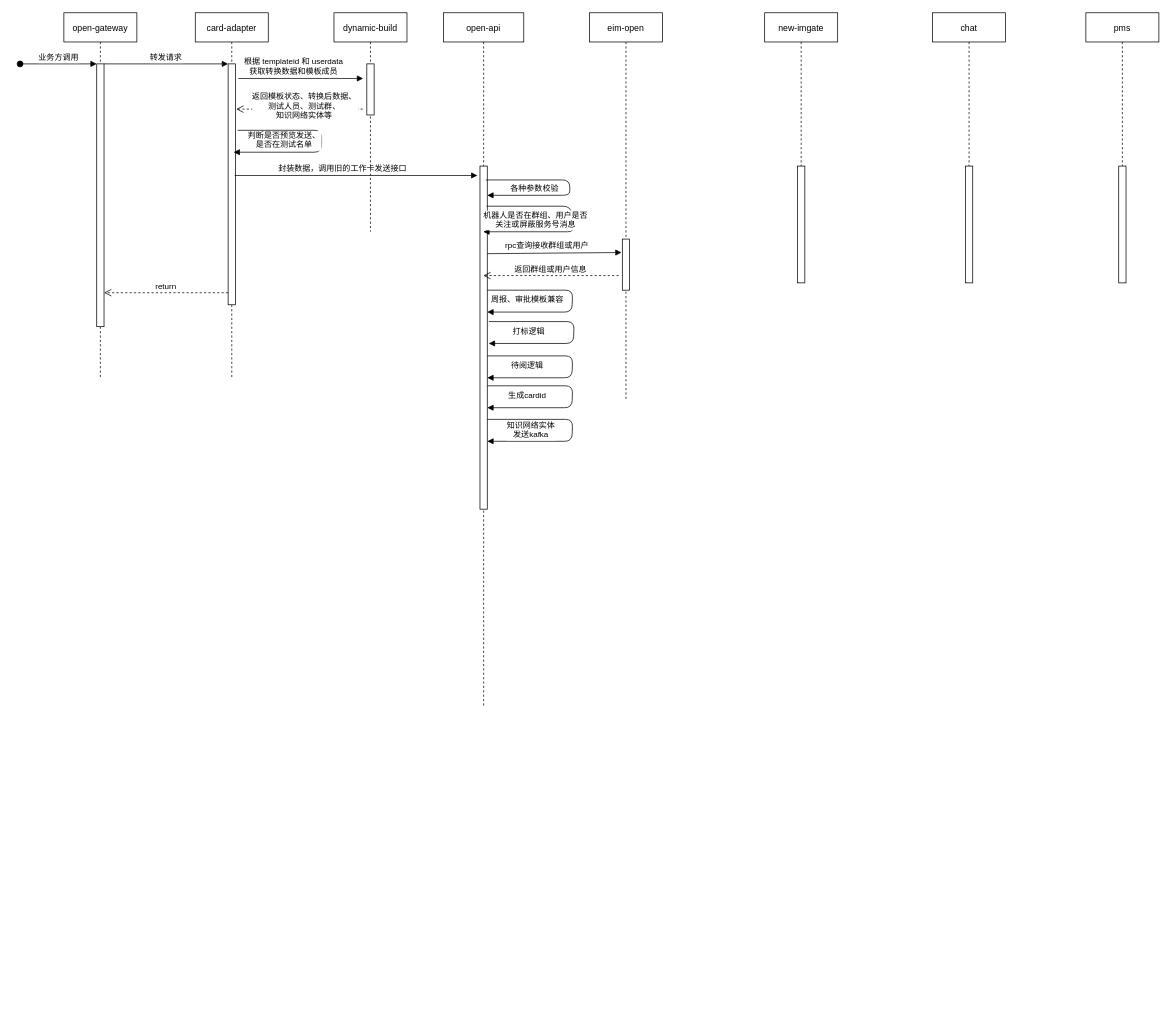
This is 未命名绘图.drawio from leaderyangzi/12306, a draw.io file, before an edit. Source tidied: cells renumbered, new cells numbered last; positions are measured from the earlier drawing's top-left corner, leaving out a move shared by most shapes. Both pictures are drawn from the tidied source at 73%, with x=0, y=0 at pixel (20, 12).
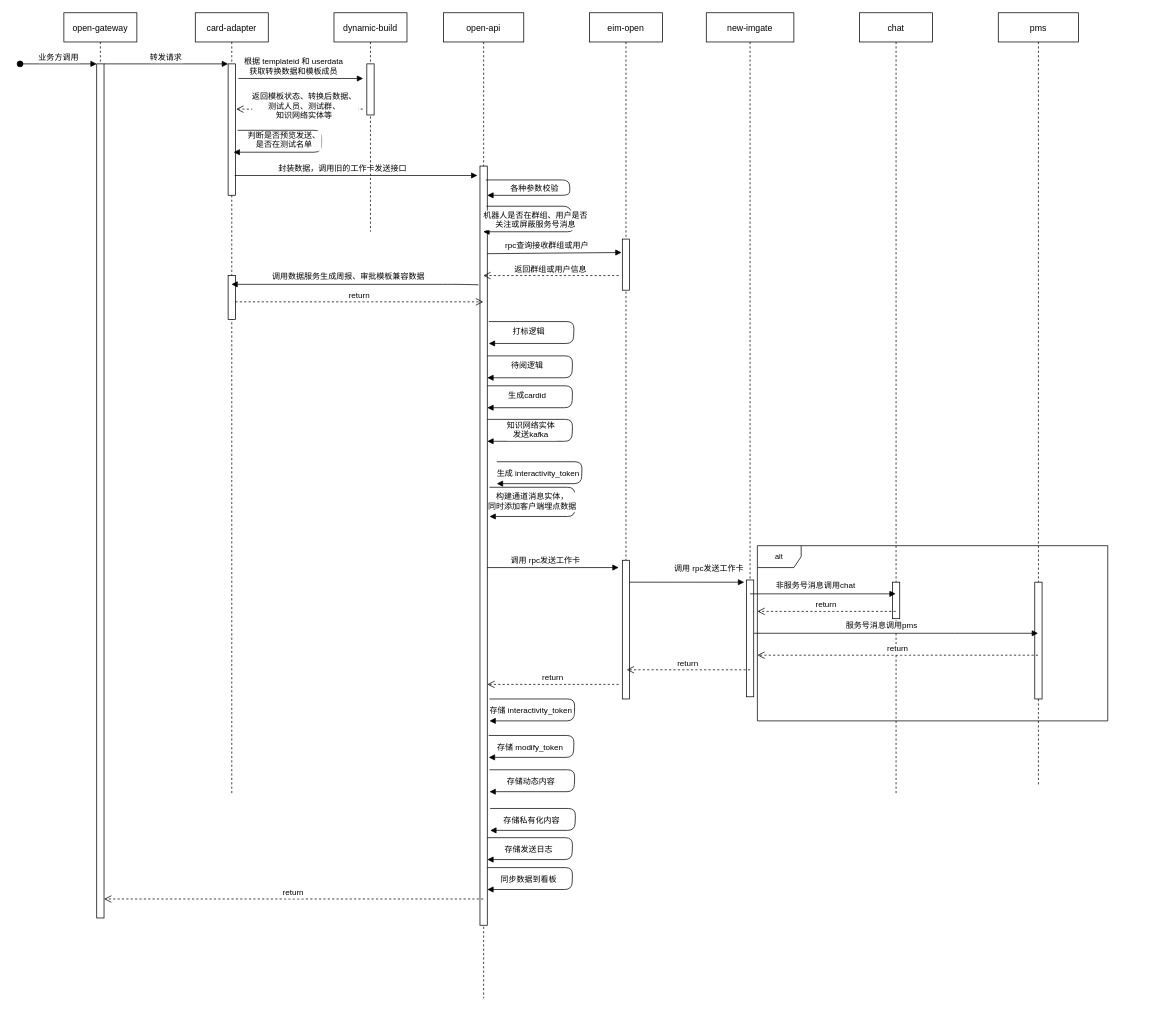
The same page after the edit.

Commit message:
更新未命名绘图.drawio

The edit, as a diff of the source:
```diff
@@
     <mxCell id="2" value="open-gateway" style="shape=umlLifeline;perimeter=lifelinePerimeter;rounded=0;shadow=0;strokeWidth=1;" parent="1" vertex="1">
-      <mxGeometry x="60" width="100" height="500" as="geometry" />
+      <mxGeometry x="60" width="100" height="1240" as="geometry" />
     </mxCell>
     <mxCell id="3" style="points=[];perimeter=orthogonalPerimeter;rounded=0;shadow=0;strokeWidth=1;" parent="2" vertex="1">
-      <mxGeometry x="45" y="70" width="10" height="360" as="geometry" />
+      <mxGeometry x="45" y="70" width="10" height="1170" as="geometry" />
     </mxCell>
@@
     <mxCell id="5" value="card-adapter" style="shape=umlLifeline;perimeter=lifelinePerimeter;rounded=0;shadow=0;strokeWidth=1;" parent="1" vertex="1">
-      <mxGeometry x="240" width="100" height="500" as="geometry" />
+      <mxGeometry x="240" width="100" height="1070" as="geometry" />
     </mxCell>
     <mxCell id="6" style="points=[];perimeter=orthogonalPerimeter;rounded=0;shadow=0;strokeWidth=1;" parent="5" vertex="1">
-      <mxGeometry x="45" y="70" width="10" height="330" as="geometry" />
+      <mxGeometry x="45" y="70" width="10" height="180" as="geometry" />
     </mxCell>
-    <mxCell id="7" value="return" style="verticalAlign=bottom;endArrow=open;dashed=1;endSize=8;exitX=0;exitY=0.95;shadow=0;strokeWidth=1;" parent="1" edge="1" source="6" target="3">
-      <mxGeometry relative="1" as="geometry" />
-    </mxCell>
+    <mxCell id="34" style="points=[];perimeter=orthogonalPerimeter;rounded=0;shadow=0;strokeWidth=1;" parent="5" vertex="1">
+      <mxGeometry x="45" y="360" width="10" height="60" as="geometry" />
+    </mxCell>
@@
     <mxCell id="14" value="open-api" style="shape=umlLifeline;perimeter=lifelinePerimeter;rounded=0;shadow=0;strokeWidth=1;" parent="1" vertex="1">
-      <mxGeometry x="580" width="110" height="950" as="geometry" />
+      <mxGeometry x="580" width="110" height="1350" as="geometry" />
     </mxCell>
     <mxCell id="15" style="perimeter=orthogonalPerimeter;rounded=0;shadow=0;strokeWidth=1;" parent="14" vertex="1">
-      <mxGeometry x="50" y="210" width="10" height="470" as="geometry" />
+      <mxGeometry x="50" y="210" width="10" height="1040" as="geometry" />
     </mxCell>
@@
-    <mxCell id="17" value="周报、审批模板兼容" style="verticalAlign=bottom;endArrow=block;shadow=0;strokeWidth=1;" parent="14" edge="1">
-      <mxGeometry x="0.58" y="-8" relative="1" as="geometry">
-        <mxPoint x="60" y="380" as="sourcePoint" />
-        <mxPoint x="60" y="410" as="targetPoint" />
-        <Array as="points">
-          <mxPoint x="177" y="380" />
-          <mxPoint x="176" y="410" />
-        </Array>
-      </mxGeometry>
-    </mxCell>
@@
     <mxCell id="19" value="eim-open" style="shape=umlLifeline;perimeter=lifelinePerimeter;rounded=0;shadow=0;strokeWidth=1;" parent="1" vertex="1">
-      <mxGeometry x="780" width="100" height="530" as="geometry" />
+      <mxGeometry x="780" width="100" height="940" as="geometry" />
     </mxCell>
@@
+    <mxCell id="35" style="perimeter=orthogonalPerimeter;rounded=0;shadow=0;strokeWidth=1;" parent="19" vertex="1">
+      <mxGeometry x="45" y="750" width="10" height="190" as="geometry" />
+    </mxCell>
     <mxCell id="21" value="new-imgate" style="shape=umlLifeline;perimeter=lifelinePerimeter;rounded=0;shadow=0;strokeWidth=1;" parent="1" vertex="1">
-      <mxGeometry x="1020" width="100" height="300" as="geometry" />
+      <mxGeometry x="940" width="120" height="910" as="geometry" />
     </mxCell>
     <mxCell id="22" style="points=[];perimeter=orthogonalPerimeter;rounded=0;shadow=0;strokeWidth=1;" parent="21" vertex="1">
-      <mxGeometry x="45" y="210" width="10" height="160" as="geometry" />
+      <mxGeometry x="55" y="777" width="10" height="160" as="geometry" />
     </mxCell>
+    <mxCell id="36" value="调用 rpc发送工作卡" style="verticalAlign=bottom;endArrow=block;shadow=0;strokeWidth=1;exitX=1.1;exitY=0.546;exitDx=0;exitDy=0;exitPerimeter=0;entryX=-0.3;entryY=0.019;entryDx=0;entryDy=0;entryPerimeter=0;" parent="21" edge="1" target="22">
+      <mxGeometry x="0.39" y="10" relative="1" as="geometry">
+        <mxPoint x="-105" y="780" as="sourcePoint" />
+      </mxGeometry>
+    </mxCell>
     <mxCell id="23" value="chat" style="shape=umlLifeline;perimeter=lifelinePerimeter;rounded=0;shadow=0;strokeWidth=1;" parent="1" vertex="1">
-      <mxGeometry x="1250" width="100" height="300" as="geometry" />
+      <mxGeometry x="1150" width="100" height="1070" as="geometry" />
     </mxCell>
     <mxCell id="24" style="perimeter=orthogonalPerimeter;rounded=0;shadow=0;strokeWidth=1;" parent="23" vertex="1">
-      <mxGeometry x="45" y="210" width="10" height="160" as="geometry" />
+      <mxGeometry x="45" y="780" width="10" height="50" as="geometry" />
     </mxCell>
     <mxCell id="25" value="pms" style="shape=umlLifeline;perimeter=lifelinePerimeter;rounded=0;shadow=0;strokeWidth=1;" parent="1" vertex="1">
-      <mxGeometry x="1460" width="100" height="300" as="geometry" />
+      <mxGeometry x="1340" width="110" height="1060" as="geometry" />
     </mxCell>
     <mxCell id="26" style="perimeter=orthogonalPerimeter;rounded=0;shadow=0;strokeWidth=1;" parent="25" vertex="1">
-      <mxGeometry x="45" y="210" width="10" height="160" as="geometry" />
+      <mxGeometry x="50" y="780" width="10" height="160" as="geometry" />
     </mxCell>
@@
+    <mxCell id="37" value="存储 interactivity_token" style="verticalAlign=bottom;endArrow=block;shadow=0;strokeWidth=1;" parent="1" edge="1">
+      <mxGeometry x="0.57" y="-5" relative="1" as="geometry">
+        <mxPoint x="643" y="940" as="sourcePoint" />
+        <mxPoint x="643" y="970" as="targetPoint" />
+        <Array as="points">
+          <mxPoint x="760" y="940" />
+          <mxPoint x="759" y="970" />
+        </Array>
+      </mxGeometry>
+    </mxCell>
+    <mxCell id="38" value="构建通道消息实体，&#10;同时添加客户端埋点数据" style="verticalAlign=bottom;endArrow=block;shadow=0;strokeWidth=1;" parent="1" edge="1">
+      <mxGeometry x="0.57" y="-5" relative="1" as="geometry">
+        <mxPoint x="643" y="650" as="sourcePoint" />
+        <mxPoint x="643" y="690" as="targetPoint" />
+        <Array as="points">
+          <mxPoint x="760" y="650" />
+          <mxPoint x="760" y="690" />
+        </Array>
+      </mxGeometry>
+    </mxCell>
+    <mxCell id="39" value="调用 rpc发送工作卡" style="verticalAlign=bottom;endArrow=block;shadow=0;strokeWidth=1;exitX=1.1;exitY=0.546;exitDx=0;exitDy=0;exitPerimeter=0;" parent="1" edge="1">
+      <mxGeometry x="-0.11" y="1" relative="1" as="geometry">
+        <mxPoint x="640" y="760" as="sourcePoint" />
+        <mxPoint x="820" y="760" as="targetPoint" />
+      </mxGeometry>
+    </mxCell>
+    <mxCell id="40" value="alt" style="shape=umlFrame;whiteSpace=wrap;html=1;fontSize=10;" parent="1" vertex="1">
+      <mxGeometry x="1010" y="730" width="480" height="240" as="geometry" />
+    </mxCell>
+    <mxCell id="41" value="非服务号消息调用chat" style="verticalAlign=bottom;endArrow=block;shadow=0;strokeWidth=1;exitX=1.1;exitY=0.546;exitDx=0;exitDy=0;exitPerimeter=0;" parent="1" edge="1">
+      <mxGeometry x="-0.1" y="2" relative="1" as="geometry">
+        <mxPoint x="1000" y="796" as="sourcePoint" />
+        <mxPoint x="1199.5" y="796" as="targetPoint" />
+      </mxGeometry>
+    </mxCell>
+    <mxCell id="42" value="return" style="verticalAlign=bottom;endArrow=open;dashed=1;endSize=8;shadow=0;strokeWidth=1;" parent="1" edge="1" source="23">
+      <mxGeometry relative="1" as="geometry">
+        <mxPoint x="1010" y="820" as="targetPoint" />
+      </mxGeometry>
+    </mxCell>
+    <mxCell id="43" value="服务号消息调用pms" style="verticalAlign=bottom;endArrow=block;shadow=0;strokeWidth=1;exitX=1.1;exitY=0.546;exitDx=0;exitDy=0;exitPerimeter=0;" parent="1" edge="1" target="25">
+      <mxGeometry x="-0.1" y="2" relative="1" as="geometry">
+        <mxPoint x="1005.5" y="850" as="sourcePoint" />
+        <Array as="points">
+          <mxPoint x="1290" y="850" />
+        </Array>
+      </mxGeometry>
+    </mxCell>
+    <mxCell id="44" value="return" style="verticalAlign=bottom;endArrow=open;dashed=1;endSize=8;shadow=0;strokeWidth=1;" parent="1" edge="1" source="25">
+      <mxGeometry relative="1" as="geometry">
+        <mxPoint x="1010" y="880" as="targetPoint" />
+      </mxGeometry>
+    </mxCell>
+    <mxCell id="45" value="return" style="verticalAlign=bottom;endArrow=open;dashed=1;endSize=8;shadow=0;strokeWidth=1;exitX=0.5;exitY=0.769;exitDx=0;exitDy=0;exitPerimeter=0;" parent="1" edge="1" source="22">
+      <mxGeometry relative="1" as="geometry">
+        <mxPoint x="831" y="900" as="targetPoint" />
+      </mxGeometry>
+    </mxCell>
+    <mxCell id="46" value="return" style="verticalAlign=bottom;endArrow=open;dashed=1;endSize=8;shadow=0;strokeWidth=1;" parent="1" edge="1">
+      <mxGeometry relative="1" as="geometry">
+        <mxPoint x="820" y="920" as="sourcePoint" />
+        <mxPoint x="640" y="920" as="targetPoint" />
+      </mxGeometry>
+    </mxCell>
+    <mxCell id="47" value="生成 interactivity_token" style="verticalAlign=bottom;endArrow=block;shadow=0;strokeWidth=1;" parent="1" edge="1">
+      <mxGeometry x="0.57" y="-5" relative="1" as="geometry">
+        <mxPoint x="653" y="615" as="sourcePoint" />
+        <mxPoint x="653" y="645" as="targetPoint" />
+        <Array as="points">
+          <mxPoint x="770" y="615" />
+          <mxPoint x="769" y="645" />
+        </Array>
+      </mxGeometry>
+    </mxCell>
+    <mxCell id="48" value="存储动态内容" style="verticalAlign=bottom;endArrow=block;shadow=0;strokeWidth=1;" parent="1" edge="1">
+      <mxGeometry x="0.57" y="-5" relative="1" as="geometry">
+        <mxPoint x="643" y="1037" as="sourcePoint" />
+        <mxPoint x="643" y="1067" as="targetPoint" />
+        <Array as="points">
+          <mxPoint x="760" y="1037" />
+          <mxPoint x="759" y="1067" />
+        </Array>
+      </mxGeometry>
+    </mxCell>
+    <mxCell id="49" value="存储 modify_token" style="verticalAlign=bottom;endArrow=block;shadow=0;strokeWidth=1;" parent="1" edge="1">
+      <mxGeometry x="0.57" y="-5" relative="1" as="geometry">
+        <mxPoint x="642" y="990" as="sourcePoint" />
+        <mxPoint x="642" y="1020" as="targetPoint" />
+        <Array as="points">
+          <mxPoint x="759" y="990" />
+          <mxPoint x="758" y="1020" />
+        </Array>
+      </mxGeometry>
+    </mxCell>
+    <mxCell id="50" value="存储发送日志" style="verticalAlign=bottom;endArrow=block;shadow=0;strokeWidth=1;" parent="1" edge="1">
+      <mxGeometry x="0.57" y="-5" relative="1" as="geometry">
+        <mxPoint x="640" y="1130" as="sourcePoint" />
+        <mxPoint x="640" y="1160" as="targetPoint" />
+        <Array as="points">
+          <mxPoint x="757" y="1130" />
+          <mxPoint x="756" y="1160" />
+        </Array>
+      </mxGeometry>
+    </mxCell>
+    <mxCell id="51" value="存储私有化内容" style="verticalAlign=bottom;endArrow=block;shadow=0;strokeWidth=1;" parent="1" edge="1">
+      <mxGeometry x="0.57" y="-5" relative="1" as="geometry">
+        <mxPoint x="644" y="1090" as="sourcePoint" />
+        <mxPoint x="644" y="1120" as="targetPoint" />
+        <Array as="points">
+          <mxPoint x="761" y="1090" />
+          <mxPoint x="760" y="1120" />
+        </Array>
+      </mxGeometry>
+    </mxCell>
+    <mxCell id="52" value="同步数据到看板" style="verticalAlign=bottom;endArrow=block;shadow=0;strokeWidth=1;" parent="1" edge="1">
+      <mxGeometry x="0.57" y="-5" relative="1" as="geometry">
+        <mxPoint x="640" y="1171" as="sourcePoint" />
+        <mxPoint x="640" y="1201" as="targetPoint" />
+        <Array as="points">
+          <mxPoint x="757" y="1171" />
+          <mxPoint x="756" y="1201" />
+        </Array>
+      </mxGeometry>
+    </mxCell>
+    <mxCell id="7" value="return" style="verticalAlign=bottom;endArrow=open;dashed=1;endSize=8;shadow=0;strokeWidth=1;" parent="1" edge="1">
+      <mxGeometry relative="1" as="geometry">
+        <mxPoint x="634.5" y="1214" as="sourcePoint" />
+        <mxPoint x="115" y="1214" as="targetPoint" />
+      </mxGeometry>
+    </mxCell>
+    <mxCell id="17" value="调用数据服务生成周报、审批模板兼容数据" style="verticalAlign=bottom;endArrow=block;shadow=0;strokeWidth=1;exitX=-0.2;exitY=0.164;exitDx=0;exitDy=0;exitPerimeter=0;" parent="1" edge="1">
+      <mxGeometry x="0.05" y="-2" relative="1" as="geometry">
+        <mxPoint x="628" y="372.6" as="sourcePoint" />
+        <mxPoint x="289.5" y="372" as="targetPoint" />
+        <Array as="points">
+          <mxPoint x="600" y="372" />
+          <mxPoint x="580" y="372" />
+        </Array>
+      </mxGeometry>
+    </mxCell>
+    <mxCell id="53" value="return" style="verticalAlign=bottom;endArrow=open;dashed=1;endSize=8;shadow=0;strokeWidth=1;exitX=1;exitY=0.6;exitDx=0;exitDy=0;exitPerimeter=0;" parent="1" edge="1" source="34" target="14">
+      <mxGeometry relative="1" as="geometry" />
+    </mxCell>
```
